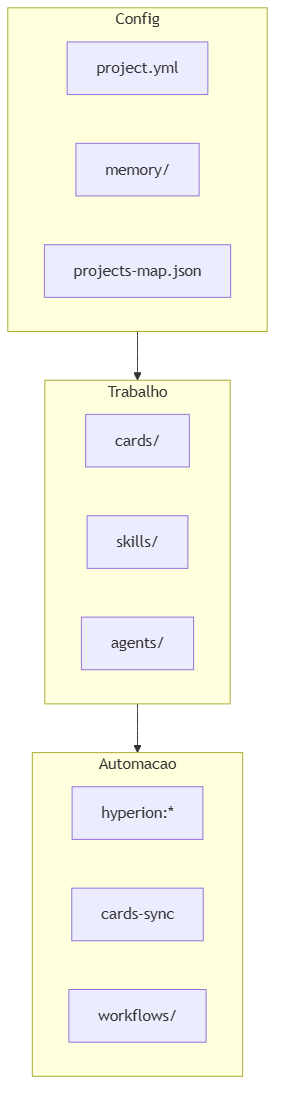
Earlier version of the Mermaid export .github/docs/assets/hyperion-three-pillars.png (MatheusFelipeCorrea/Dev-Kit). Its source is kept beside it as .github/docs/assets/hyperion-three-pillars.mmd. Source of this version:
```mermaid
flowchart TB
  subgraph config ["Config"]
    PY["project.yml"]
    MEM["memory/"]
    MAP["projects-map.json"]
  end
  subgraph work ["Trabalho"]
    CARDS["cards/"]
    SKILLS["skills/"]
    AGENTS["agents/"]
  end
  subgraph auto ["Automacao"]
    DF["hyperion:*"]
    CS["cards-sync"]
    WF["workflows/"]
  end
  config --> work
  work --> auto
```
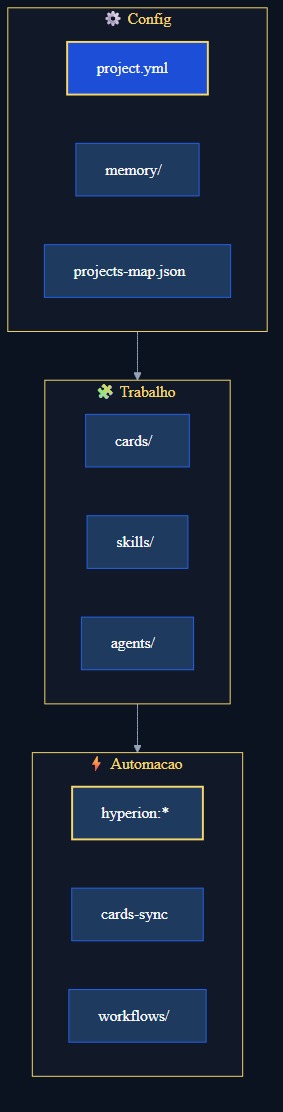
The same file after the commit.

What changed in the source:
```diff
@@ -1,18 +1,44 @@
+%%{init: {
+  "theme": "base",
+  "themeVariables": {
+    "darkMode": true,
+    "background": "#0B1220",
+    "primaryColor": "#1E3A5F",
+    "primaryTextColor": "#F8FAFC",
+    "primaryBorderColor": "#2563EB",
+    "secondaryColor": "#111827",
+    "secondaryTextColor": "#F8FAFC",
+    "secondaryBorderColor": "#F5D76E",
+    "tertiaryColor": "#0B1220",
+    "lineColor": "#94A3B8",
+    "textColor": "#F8FAFC",
+    "mainBkg": "#1E3A5F",
+    "nodeBorder": "#2563EB",
+    "clusterBkg": "#111827",
+    "clusterBorder": "#F5D76E",
+    "titleColor": "#F5D76E",
+    "edgeLabelBackground": "#0B1220",
+    "fontFamily": "Segoe UI, Helvetica, Arial, sans-serif"
+  }
+}}%%
 flowchart TB
-  subgraph config ["Config"]
+  subgraph config ["⚙️ Config"]
     PY["project.yml"]
     MEM["memory/"]
     MAP["projects-map.json"]
   end
-  subgraph work ["Trabalho"]
+  subgraph work ["🧩 Trabalho"]
     CARDS["cards/"]
     SKILLS["skills/"]
     AGENTS["agents/"]
   end
-  subgraph auto ["Automacao"]
+  subgraph auto ["⚡ Automacao"]
     DF["hyperion:*"]
     CS["cards-sync"]
     WF["workflows/"]
   end
   config --> work
   work --> auto
+
+  style PY fill:#1D4ED8,stroke:#F5D76E,stroke-width:2px,color:#F8FAFC
+  style DF fill:#1E3A5F,stroke:#F5D76E,stroke-width:2px,color:#F8FAFC
```
